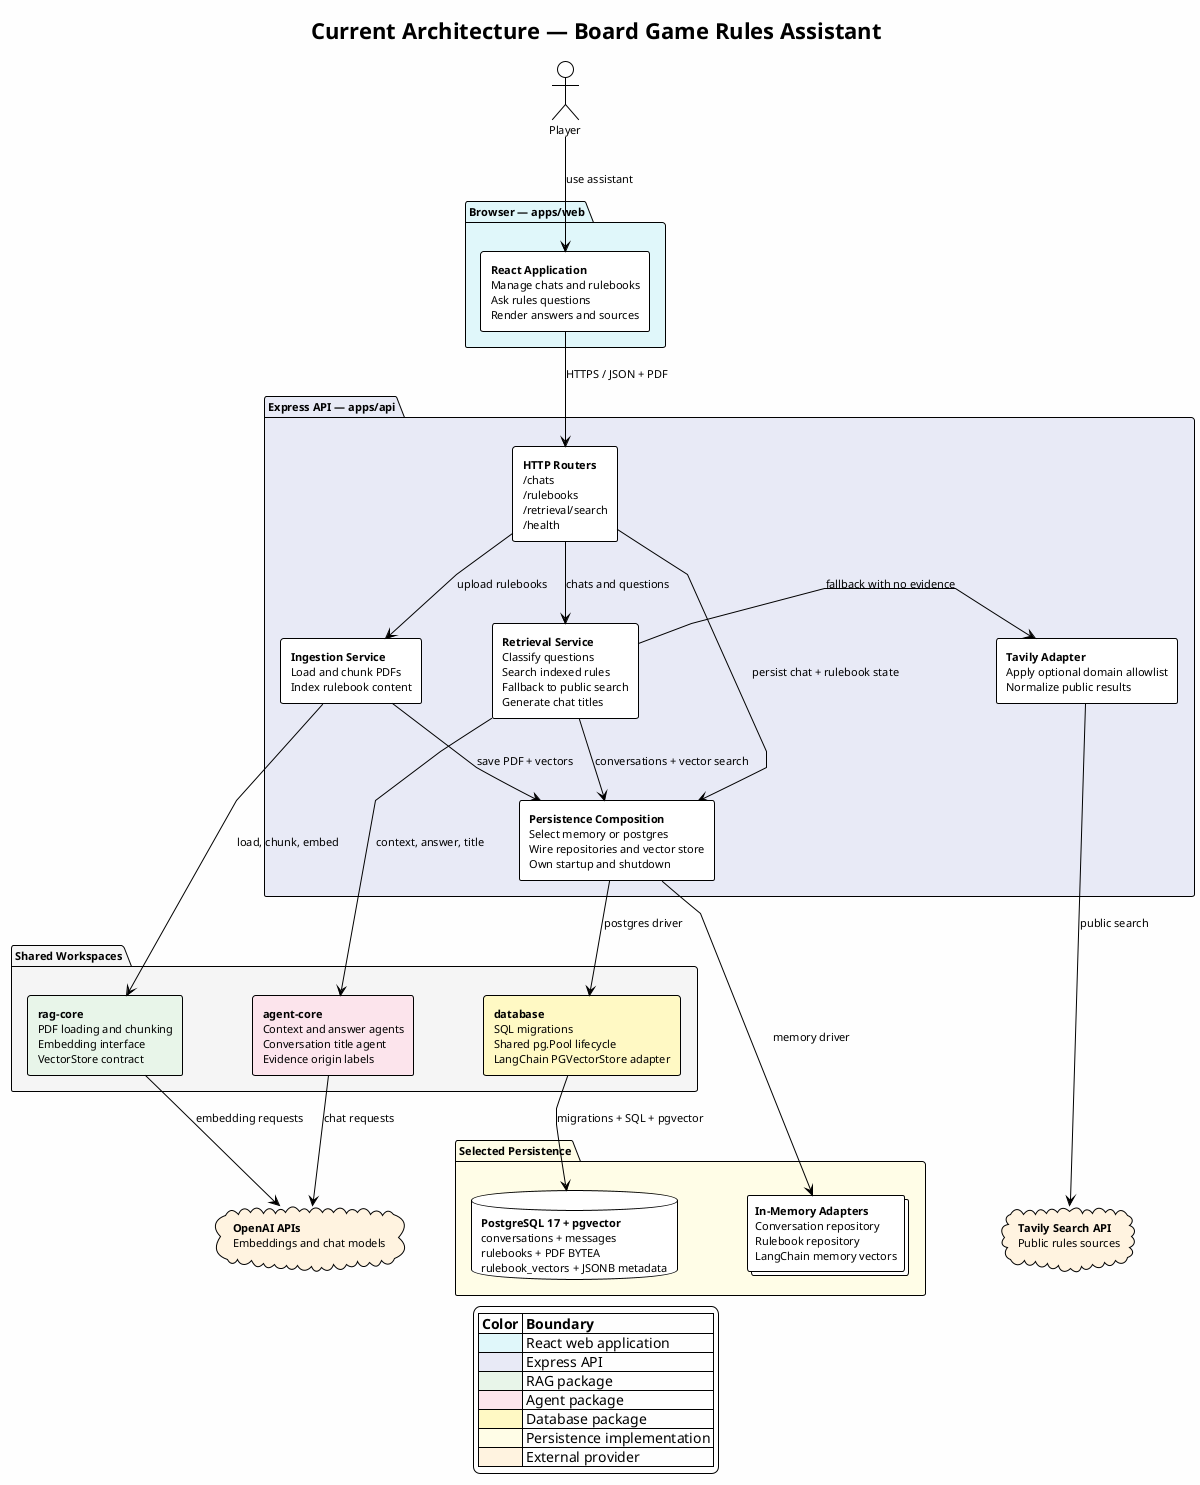
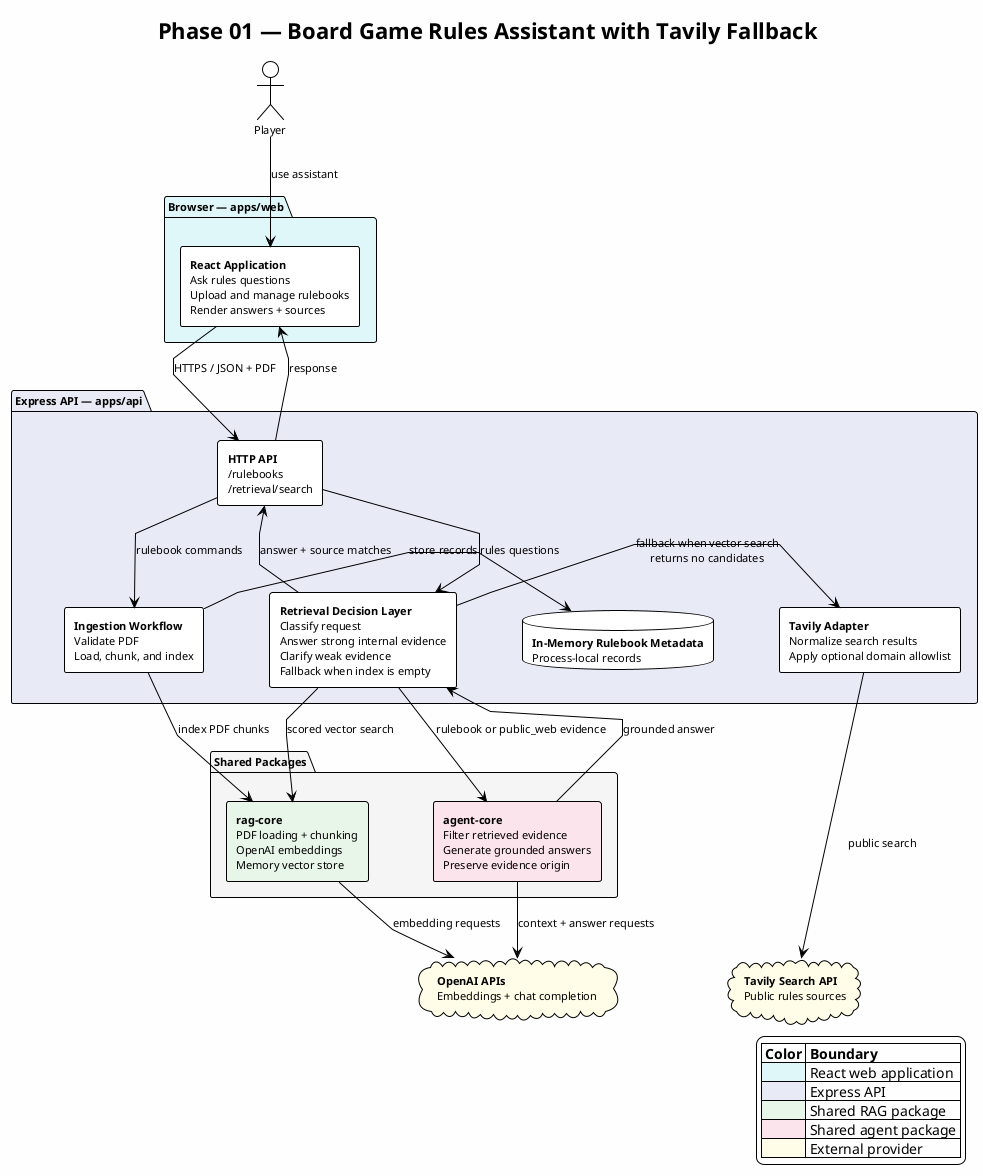
@startuml phase-01-system-architecture
!theme plain
top to bottom direction

skinparam backgroundColor #FEFEFE
skinparam shadowing false
skinparam componentStyle rectangle
skinparam defaultFontSize 11
skinparam linetype polyline
- skinparam nodesep 70
- skinparam ranksep 65
+ skinparam nodesep 65
+ skinparam ranksep 55

- title Current Architecture — Board Game Rules Assistant
+ title Phase 01 — Board Game Rules Assistant with Tavily Fallback

actor "Player" as player

package "Browser — apps/web" as web #E0F7FA {
-   rectangle "**React Application**\nManage chats and rulebooks\nAsk rules questions\nRender answers and sources" as browser_app #FFFFFF
+   rectangle "**React Application**\nAsk rules questions\nUpload and manage rulebooks\nRender answers + sources" as browser_app #FFFFFF
}

package "Express API — apps/api" as api #E8EAF6 {
-   rectangle "**HTTP Routers**\n/chats\n/rulebooks\n/retrieval/search\n/health" as http_api #FFFFFF
-   rectangle "**Ingestion Service**\nLoad and chunk PDFs\nIndex rulebook content" as ingestion #FFFFFF
-   rectangle "**Retrieval Service**\nClassify questions\nSearch indexed rules\nFallback to public search\nGenerate chat titles" as retrieval #FFFFFF
-   rectangle "**Persistence Composition**\nSelect memory or postgres\nWire repositories and vector store\nOwn startup and shutdown" as composition #FFFFFF
-   rectangle "**Tavily Adapter**\nApply optional domain allowlist\nNormalize public results" as tavily_adapter #FFFFFF
+   rectangle "**HTTP API**\n/rulebooks\n/retrieval/search" as http_api #FFFFFF
+   rectangle "**Ingestion Workflow**\nValidate PDF\nLoad, chunk, and index" as ingestion #FFFFFF
+   rectangle "**Retrieval Decision Layer**\nClassify request\nAnswer strong internal evidence\nClarify weak evidence\nFallback when index is empty" as retrieval #FFFFFF
+   rectangle "**Tavily Adapter**\nNormalize search results\nApply optional domain allowlist" as tavily_adapter #FFFFFF
+   database "**In-Memory Rulebook Metadata**\nProcess-local records" as metadata #FFFFFF
}

- package "Shared Workspaces" as shared #F5F5F5 {
-   rectangle "**rag-core**\nPDF loading and chunking\nEmbedding interface\nVectorStore contract" as rag_core #E8F5E9
-   rectangle "**agent-core**\nContext and answer agents\nConversation title agent\nEvidence origin labels" as agent_core #FCE4EC
-   rectangle "**database**\nSQL migrations\nShared pg.Pool lifecycle\nLangChain PGVectorStore adapter" as database_package #FFF9C4
+ package "Shared Packages" as shared #F5F5F5 {
+   rectangle "**rag-core**\nPDF loading + chunking\nOpenAI embeddings\nMemory vector store" as rag_core #E8F5E9
+   rectangle "**agent-core**\nFilter retrieved evidence\nGenerate grounded answers\nPreserve evidence origin" as agent_core #FCE4EC
}

- package "Selected Persistence" as persistence #FFFDE7 {
-   database "**PostgreSQL 17 + pgvector**\nconversations + messages\nrulebooks + PDF BYTEA\nrulebook_vectors + JSONB metadata" as postgres #FFFFFF
-   collections "**In-Memory Adapters**\nConversation repository\nRulebook repository\nLangChain memory vectors" as memory #FFFFFF
- }
- 
- cloud "**OpenAI APIs**\nEmbeddings and chat models" as openai #FFF3E0
- cloud "**Tavily Search API**\nPublic rules sources" as tavily #FFF3E0
+ cloud "**OpenAI APIs**\nEmbeddings + chat completion" as openai #FFFDE7
+ cloud "**Tavily Search API**\nPublic rules sources" as tavily #FFFDE7

player -down-> browser_app : use assistant
browser_app -down-> http_api : HTTPS / JSON + PDF

- http_api -down-> ingestion : upload rulebooks
- http_api -down-> retrieval : chats and questions
- http_api -right-> composition : persist chat + rulebook state
+ http_api -down-> ingestion : rulebook commands
+ http_api -down-> retrieval : rules questions
+ ingestion -left-> metadata : store records
+ ingestion -down-> rag_core : index PDF chunks

- ingestion -down-> rag_core : load, chunk, embed
- ingestion -down-> composition : save PDF + vectors
- retrieval -down-> composition : conversations + vector search
- retrieval -down-> agent_core : context, answer, title
- retrieval -right-> tavily_adapter : fallback with no evidence
- tavily_adapter -right-> tavily : public search
- 
- composition -down-> database_package : postgres driver
- composition -right-> memory : memory driver
- database_package -down-> postgres : migrations + SQL + pgvector
+ retrieval -down-> rag_core : scored vector search
+ retrieval -down-> agent_core : rulebook or public_web evidence
+ retrieval -right-> tavily_adapter : fallback when vector search\nreturns no candidates
+ tavily_adapter -down-> tavily : public search

rag_core -down-> openai : embedding requests
- agent_core -down-> openai : chat requests
+ agent_core -down-> openai : context + answer requests
+ agent_core -up-> retrieval : grounded answer
+ retrieval -up-> http_api : answer + source matches
+ http_api -up-> browser_app : response

- ingestion -[hidden]right- retrieval
+ metadata -[hidden]right- ingestion
rag_core -[hidden]right- agent_core
- database_package -[hidden]right- memory
openai -[hidden]right- tavily

- legend bottom
+ legend right
|= Color |= Boundary |
| <#E0F7FA> | React web application |
| <#E8EAF6> | Express API |
- | <#E8F5E9> | RAG package |
- | <#FCE4EC> | Agent package |
- | <#FFF9C4> | Database package |
- | <#FFFDE7> | Persistence implementation |
- | <#FFF3E0> | External provider |
+ | <#E8F5E9> | Shared RAG package |
+ | <#FCE4EC> | Shared agent package |
+ | <#FFFDE7> | External provider |
endlegend

@enduml
